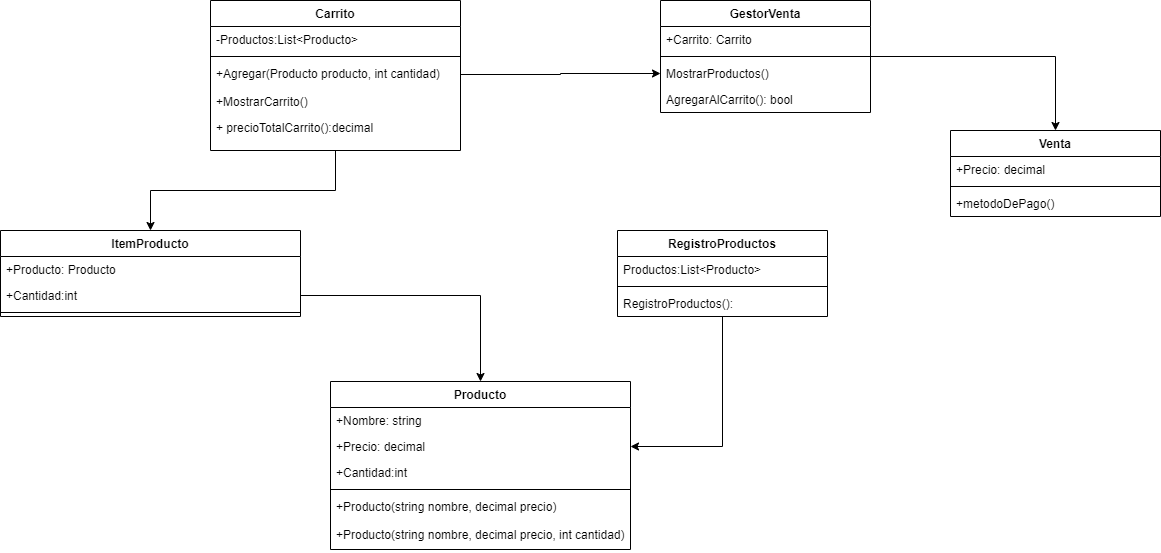
The draw.io diagram Clases.png in SofiaVilosio/DSI-2020-VilosioSofia, before a commit. Source tidied: cells renumbered, new cells last; positions are measured from the earlier drawing's top-left corner, leaving out a move shared by most shapes.
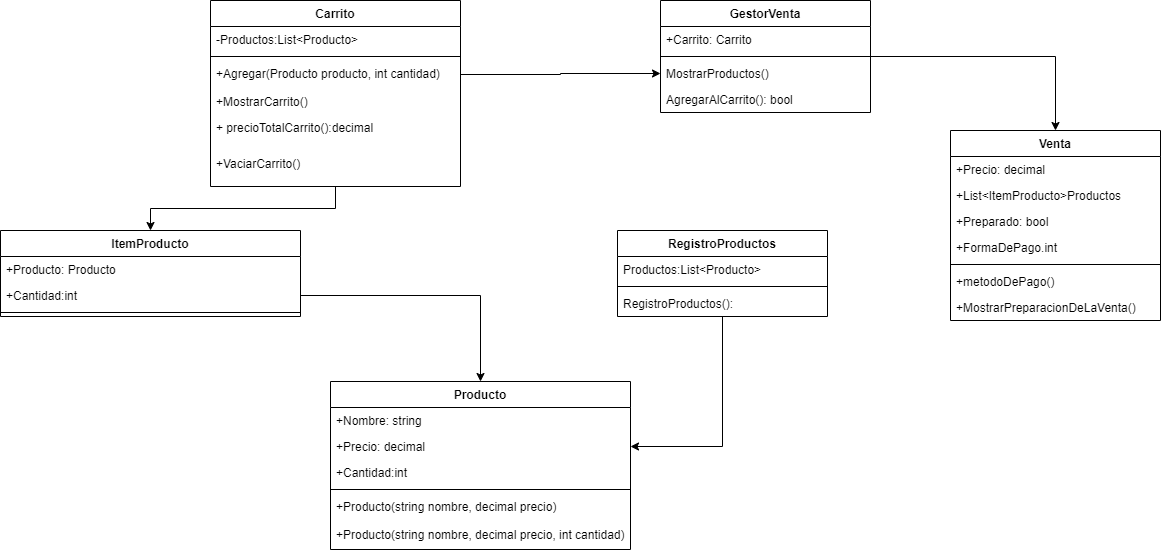
The same file after the commit.

The edit, as a diff of the source:
```diff
@@ -6,7 +6,7 @@
       <mxGeometry relative="1" as="geometry" />
     </mxCell>
     <mxCell id="3" value="Carrito" style="swimlane;fontStyle=1;align=center;verticalAlign=top;horizontal=1;startSize=26;" parent="1" vertex="1">
-      <mxGeometry x="210" width="250" height="150" as="geometry" />
+      <mxGeometry x="210" width="250" height="186" as="geometry" />
     </mxCell>
     <mxCell id="4" value="-Productos:List&lt;Producto&gt;" style="text;strokeColor=none;fillColor=none;align=left;verticalAlign=top;spacingLeft=4;spacingRight=4;overflow=hidden;" parent="3" vertex="1">
       <mxGeometry y="26" width="250" height="26" as="geometry" />
@@ -23,6 +23,9 @@
     <mxCell id="8" value="+ precioTotalCarrito():decimal" style="text;strokeColor=none;fillColor=none;align=left;verticalAlign=top;spacingLeft=4;spacingRight=4;overflow=hidden;" parent="3" vertex="1">
       <mxGeometry y="114" width="250" height="36" as="geometry" />
     </mxCell>
+    <mxCell id="37" value="+VaciarCarrito()" style="text;strokeColor=none;fillColor=none;align=left;verticalAlign=top;spacingLeft=4;spacingRight=4;overflow=hidden;" parent="3" vertex="1">
+      <mxGeometry y="150" width="250" height="36" as="geometry" />
+    </mxCell>
     <mxCell id="9" style="edgeStyle=orthogonalEdgeStyle;rounded=0;jettySize=auto;html=1;" parent="1" edge="1" source="10" target="23">
       <mxGeometry relative="1" as="geometry" />
     </mxCell>
@@ -96,16 +99,28 @@
       <mxGeometry relative="1" as="geometry" />
     </mxCell>
     <mxCell id="33" value="Venta" style="swimlane;fontStyle=1;align=center;verticalAlign=top;horizontal=1;startSize=26;" parent="1" vertex="1">
-      <mxGeometry x="950" y="130" width="210" height="86" as="geometry" />
+      <mxGeometry x="950" y="130" width="210" height="190" as="geometry" />
     </mxCell>
     <mxCell id="34" value="+Precio: decimal" style="text;strokeColor=none;fillColor=none;align=left;verticalAlign=top;spacingLeft=4;spacingRight=4;overflow=hidden;" parent="33" vertex="1">
       <mxGeometry y="26" width="210" height="26" as="geometry" />
     </mxCell>
+    <mxCell id="38" value="+List&lt;ItemProducto&gt;Productos" style="text;strokeColor=none;fillColor=none;align=left;verticalAlign=top;spacingLeft=4;spacingRight=4;overflow=hidden;" parent="33" vertex="1">
+      <mxGeometry y="52" width="210" height="26" as="geometry" />
+    </mxCell>
+    <mxCell id="39" value="+Preparado: bool" style="text;strokeColor=none;fillColor=none;align=left;verticalAlign=top;spacingLeft=4;spacingRight=4;overflow=hidden;" parent="33" vertex="1">
+      <mxGeometry y="78" width="210" height="26" as="geometry" />
+    </mxCell>
+    <mxCell id="40" value="+FormaDePago.int" style="text;strokeColor=none;fillColor=none;align=left;verticalAlign=top;spacingLeft=4;spacingRight=4;overflow=hidden;" parent="33" vertex="1">
+      <mxGeometry y="104" width="210" height="26" as="geometry" />
+    </mxCell>
     <mxCell id="35" style="line;strokeWidth=1;fillColor=none;align=left;verticalAlign=middle;spacingTop=-1;spacingLeft=3;spacingRight=3;labelPosition=right;" parent="33" vertex="1">
-      <mxGeometry y="52" width="210" height="8" as="geometry" />
+      <mxGeometry y="130" width="210" height="8" as="geometry" />
     </mxCell>
     <mxCell id="36" value="+metodoDePago()" style="text;strokeColor=none;fillColor=none;align=left;verticalAlign=top;spacingLeft=4;spacingRight=4;overflow=hidden;" parent="33" vertex="1">
-      <mxGeometry y="60" width="210" height="26" as="geometry" />
+      <mxGeometry y="138" width="210" height="26" as="geometry" />
     </mxCell>
+    <mxCell id="41" value="+MostrarPreparacionDeLaVenta()" style="text;strokeColor=none;fillColor=none;align=left;verticalAlign=top;spacingLeft=4;spacingRight=4;overflow=hidden;" parent="33" vertex="1">
+      <mxGeometry y="164" width="210" height="26" as="geometry" />
+    </mxCell>
   </root>
 </mxGraphModel>
```
